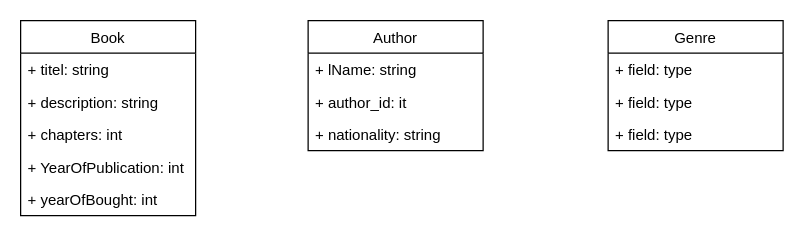
Before: page "UML" (3 of 4) of diagrams.drawio in Adipe92/BE-Database-Day1, a draw.io diagram. Source tidied: cells renumbered, new cells numbered last; positions are measured from the earlier drawing's top-left corner, leaving out a move shared by most shapes. Both pictures are drawn from the tidied source at 125%, with x=0, y=0 at pixel (20, 20).
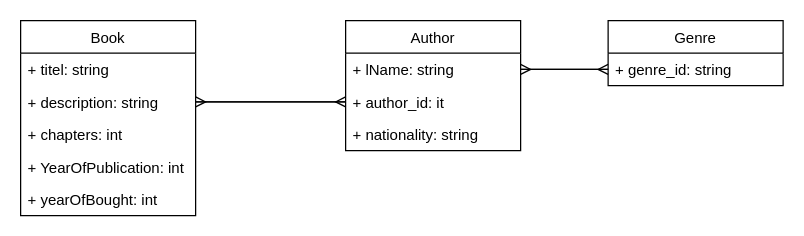
The same diagram, later.

Change to the diagram source:
```diff
@@
 <mxGraphModel>
   <root>
     <mxCell id="0" />
     <mxCell id="1" parent="0" />
     <mxCell id="2" value="Book" style="swimlane;fontStyle=0;horizontal=1;startSize=26;fillColor=none;" parent="1" vertex="1">
       <mxGeometry width="140" height="156" as="geometry" />
     </mxCell>
     <mxCell id="3" value="+ titel: string" style="text;strokeColor=none;fillColor=none;align=left;verticalAlign=top;spacingLeft=4;spacingRight=4;overflow=hidden;" parent="2" vertex="1">
       <mxGeometry y="26" width="140" height="26" as="geometry" />
     </mxCell>
     <mxCell id="4" value="+ description: string" style="text;strokeColor=none;fillColor=none;align=left;verticalAlign=top;spacingLeft=4;spacingRight=4;overflow=hidden;points=[[0,0.5],[1,0.5]];portConstraint=eastwest;" parent="2" vertex="1">
       <mxGeometry y="52" width="140" height="26" as="geometry" />
     </mxCell>
     <mxCell id="5" value="+ chapters: int" style="text;strokeColor=none;fillColor=none;align=left;verticalAlign=top;spacingLeft=4;spacingRight=4;overflow=hidden;" parent="2" vertex="1">
       <mxGeometry y="78" width="140" height="26" as="geometry" />
     </mxCell>
     <mxCell id="6" value="+ YearOfPublication: int" style="text;strokeColor=none;fillColor=none;align=left;verticalAlign=top;spacingLeft=4;spacingRight=4;overflow=hidden;" parent="2" vertex="1">
       <mxGeometry y="104" width="140" height="26" as="geometry" />
     </mxCell>
     <mxCell id="7" value="+ yearOfBought: int" style="text;strokeColor=none;fillColor=none;align=left;verticalAlign=top;spacingLeft=4;spacingRight=4;overflow=hidden;" parent="2" vertex="1">
       <mxGeometry y="130" width="140" height="26" as="geometry" />
     </mxCell>
     <mxCell id="8" value="Author" style="swimlane;fontStyle=0;horizontal=1;startSize=26;fillColor=none;" parent="1" vertex="1">
-      <mxGeometry x="230" width="140" height="104" as="geometry" />
+      <mxGeometry x="260" width="140" height="104" as="geometry" />
     </mxCell>
     <mxCell id="9" value="+ lName: string" style="text;strokeColor=none;fillColor=none;align=left;verticalAlign=top;spacingLeft=4;spacingRight=4;overflow=hidden;points=[[0,0.5],[1,0.5]];portConstraint=eastwest;" parent="8" vertex="1">
       <mxGeometry y="26" width="140" height="26" as="geometry" />
     </mxCell>
     <mxCell id="10" value="+ author_id: it" style="text;strokeColor=none;fillColor=none;align=left;verticalAlign=top;spacingLeft=4;spacingRight=4;overflow=hidden;points=[[0,0.5],[1,0.5]];portConstraint=eastwest;" parent="8" vertex="1">
       <mxGeometry y="52" width="140" height="26" as="geometry" />
     </mxCell>
     <mxCell id="11" value="+ nationality: string" style="text;strokeColor=none;fillColor=none;align=left;verticalAlign=top;spacingLeft=4;spacingRight=4;overflow=hidden;" parent="8" vertex="1">
       <mxGeometry y="78" width="140" height="26" as="geometry" />
     </mxCell>
     <mxCell id="12" value="Genre" style="swimlane;fontStyle=0;horizontal=1;startSize=26;fillColor=none;" parent="1" vertex="1">
-      <mxGeometry x="470" width="140" height="104" as="geometry" />
+      <mxGeometry x="470" width="140" height="52" as="geometry" />
     </mxCell>
-    <mxCell id="13" value="+ field: type" style="text;strokeColor=none;fillColor=none;align=left;verticalAlign=top;spacingLeft=4;spacingRight=4;overflow=hidden;points=[[0,0.5],[1,0.5]];portConstraint=eastwest;" parent="12" vertex="1">
+    <mxCell id="13" value="+ genre_id: string" style="text;strokeColor=none;fillColor=none;align=left;verticalAlign=top;spacingLeft=4;spacingRight=4;overflow=hidden;points=[[0,0.5],[1,0.5]];portConstraint=eastwest;" parent="12" vertex="1">
       <mxGeometry y="26" width="140" height="26" as="geometry" />
     </mxCell>
-    <mxCell id="14" value="+ field: type" style="text;strokeColor=none;fillColor=none;align=left;verticalAlign=top;spacingLeft=4;spacingRight=4;overflow=hidden;" parent="12" vertex="1">
-      <mxGeometry y="52" width="140" height="26" as="geometry" />
-    </mxCell>
-    <mxCell id="15" value="+ field: type" style="text;strokeColor=none;fillColor=none;align=left;verticalAlign=top;spacingLeft=4;spacingRight=4;overflow=hidden;" parent="12" vertex="1">
-      <mxGeometry y="78" width="140" height="26" as="geometry" />
-    </mxCell>
+    <mxCell id="16" style="edgeStyle=none;html=1;exitX=0;exitY=0.5;exitDx=0;exitDy=0;endArrow=ERmany;endFill=0;" parent="1" edge="1" source="10" target="4">
+      <mxGeometry relative="1" as="geometry" />
+    </mxCell>
+    <mxCell id="17" style="edgeStyle=none;html=1;exitX=1;exitY=0.5;exitDx=0;exitDy=0;endArrow=ERmany;endFill=0;" parent="1" edge="1" source="4" target="10">
+      <mxGeometry relative="1" as="geometry" />
+    </mxCell>
+    <mxCell id="18" style="edgeStyle=none;html=1;exitX=0;exitY=0.5;exitDx=0;exitDy=0;entryX=1;entryY=0.5;entryDx=0;entryDy=0;endArrow=ERmany;endFill=0;" parent="1" edge="1" source="13" target="9">
+      <mxGeometry relative="1" as="geometry" />
+    </mxCell>
+    <mxCell id="19" style="edgeStyle=none;html=1;endArrow=ERmany;endFill=0;" parent="1" edge="1" source="9">
+      <mxGeometry relative="1" as="geometry">
+        <mxPoint x="470" y="39" as="targetPoint" />
+      </mxGeometry>
+    </mxCell>
   </root>
 </mxGraphModel>
```
